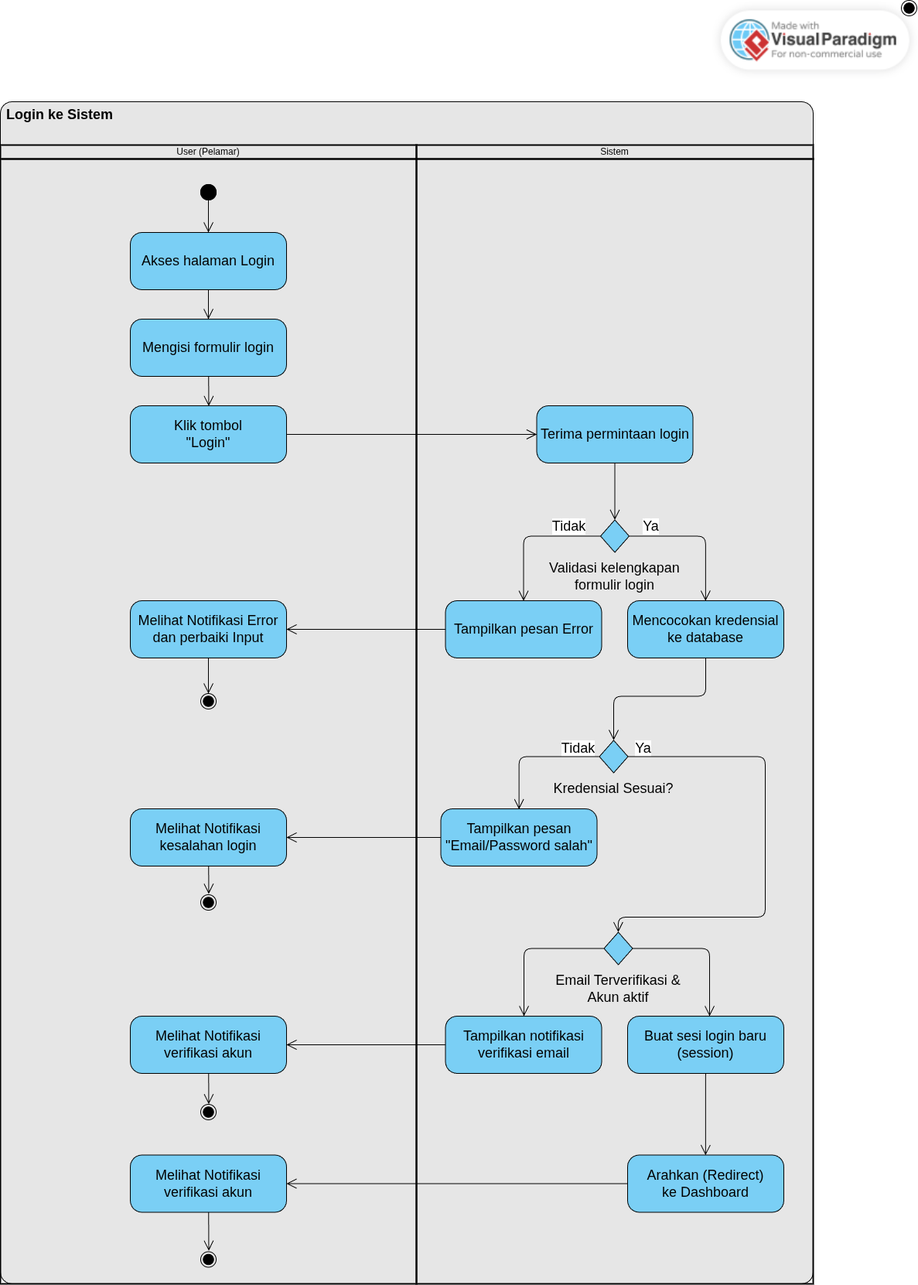
Before: public/assets/diagrams/VP/Activity/Activity - UC-02 Login Sistem.png, a diagram exported from PlantUML (Madtive-Studio/klinik_keluarga_career). Its source is kept beside it as public/assets/diagrams/VP/Activity/Activity - UC-02 Login Sistem.puml.
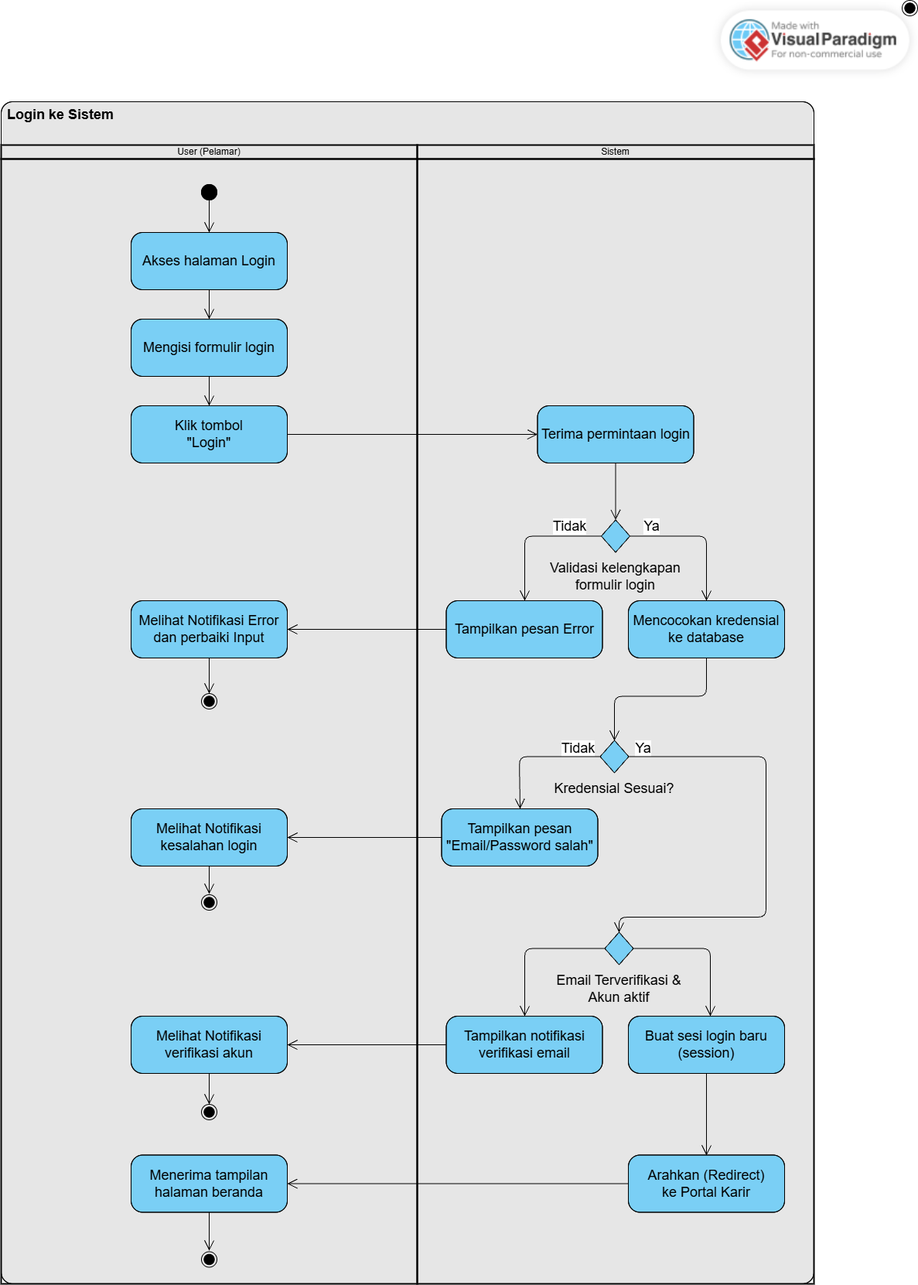
Later version of the same file.

Commit message:
docs: update login activity diagrams and report for clarity and accuracy

The edit, as a diff of the source:
```diff
@@ -28,8 +28,8 @@
 
 |User (Pelamar/HRD)|
 start
-:Akses halaman\nLogin;
-:Mengisi formulir\nlogin;
+:Akses halaman Login\n(Portal Pelamar atau\nPanel HRD);
+:Mengisi Email/Username\n(Pelamar juga dapat No. HP)\ndan Kata Sandi;
 :Klik tombol\n"Masuk";
 
 |Sistem|
@@ -44,25 +44,30 @@
   |Sistem|
   :Mencocokkan Kredensial\nke Database;
   if (Kredensial\nsesuai?) then (Tidak)
-    :Tampilkan pesan\n"Email/Password Salah";
+    :Tampilkan pesan\n"Email atau password salah!";
     |User (Pelamar/HRD)|
     :Melihat notifikasi\nkesalahan Login;
     stop
   else (Ya)
     |Sistem|
-    if (Email terverifikasi &\nakun aktif?) then (Tidak)
-      :Tampilkan notifikasi\nverifikasi Email;
-      |User (Pelamar/HRD)|
-      :Melihat notifikasi\nverifikasi akun;
-      stop
-    else (Ya)
-      |Sistem|
-      :Buat Sesi Login\n(Session);
-      :Arahkan (Redirect)\nke Dashboard;
-      |User (Pelamar/HRD)|
-      :Menerima tampilan\nhalaman Dashboard;
-      stop
+    if (Jenis akun?) then (Pelamar)
+      if (Email sudah\nterverifikasi?) then (Tidak)
+        :Tampilkan notifikasi\n"Email belum diverifikasi";
+        |User (Pelamar/HRD)|
+        :Melihat notifikasi\nverifikasi akun;
+        stop
+      else (Ya)
+        |Sistem|
+        :Buat Sesi Login\n(guard candidate);
+        :Arahkan (Redirect) ke\nBeranda Portal Karir;
+      endif
+    else (HRD)
+      :Buat Sesi Login\n(guard admin);
+      :Arahkan (Redirect) ke\nDashboard HRD;
     endif
+    |User (Pelamar/HRD)|
+    :Menerima tampilan\nhalaman sesuai peran;
+    stop
   endif
 endif
 
```
